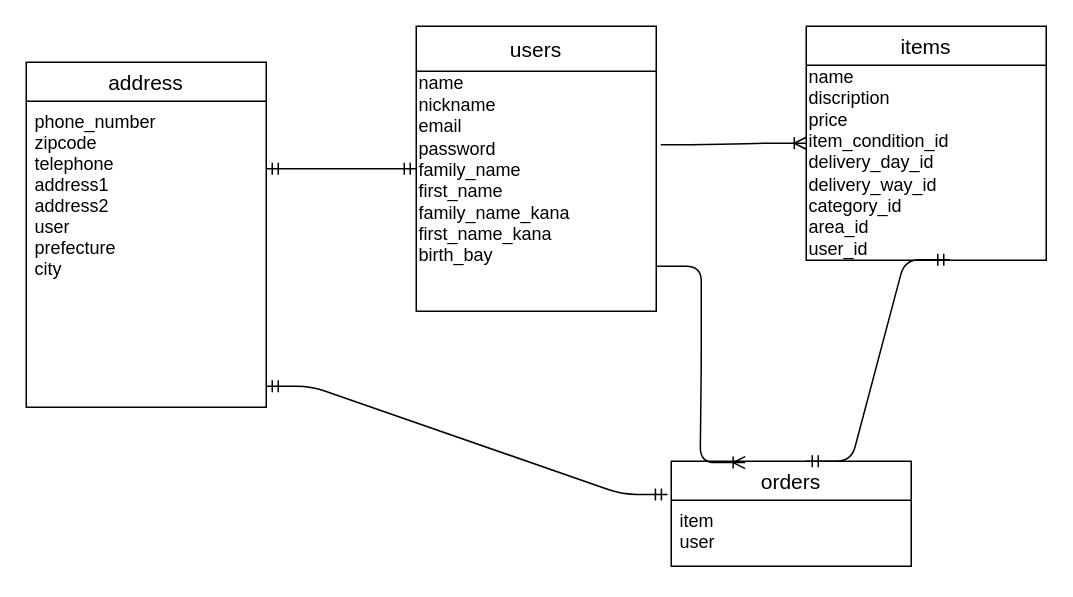
Earlier version of the draw.io diagram page "ページ1" (1 of 2) of ER.dio (ababab0020/furima-38506). Source tidied: cells renumbered, new cells numbered last; positions are measured from the earlier drawing's top-left corner, leaving out a move shared by most shapes. Both pictures are drawn from the tidied source at 150%, with x=0, y=0 at pixel (26, 26).
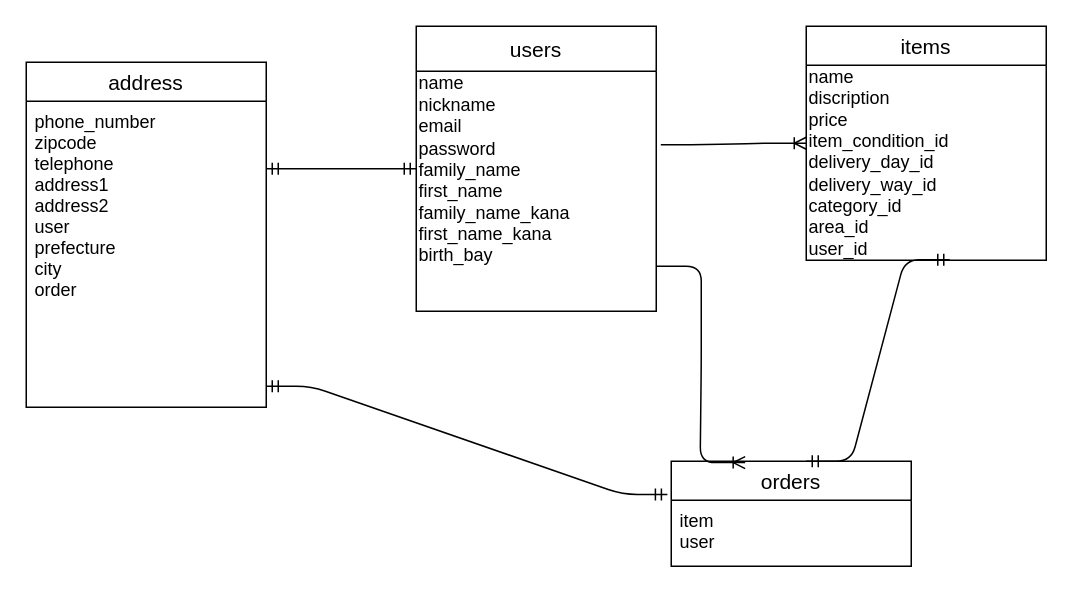
After the change.

Commit message (it also covers changes not shown here):
データベース設計その４

Diff of the diagram source:
```diff
@@
 <mxGraphModel>
   <root>
     <mxCell id="0" />
     <mxCell id="1" parent="0" />
     <mxCell id="2" value="address" style="swimlane;fontStyle=0;horizontal=1;startSize=26;align=center;fontSize=14;" parent="1" vertex="1">
       <mxGeometry y="24" width="160" height="230" as="geometry" />
     </mxCell>
-    <mxCell id="3" value="phone_number&#10;zipcode&#10;telephone&#10;address1&#10;address2&#10;user&#10;prefecture&#10;city&#10;" style="text;strokeColor=none;fillColor=none;spacingLeft=4;spacingRight=4;overflow=hidden;fontSize=12;" parent="2" vertex="1">
+    <mxCell id="3" value="phone_number&#10;zipcode&#10;telephone&#10;address1&#10;address2&#10;user&#10;prefecture&#10;city&#10;order" style="text;strokeColor=none;fillColor=none;spacingLeft=4;spacingRight=4;overflow=hidden;fontSize=12;" parent="2" vertex="1">
       <mxGeometry y="26" width="160" height="204" as="geometry" />
     </mxCell>
     <mxCell id="4" style="edgeStyle=entityRelationEdgeStyle;fontSize=12;html=1;endArrow=ERmandOne;startArrow=ERmandOne;" parent="1" edge="1" target="5">
       <mxGeometry relative="1" as="geometry">
         <mxPoint x="160" y="95" as="sourcePoint" />
       </mxGeometry>
     </mxCell>
     <mxCell id="5" value="users" style="swimlane;fontStyle=0;horizontal=1;startSize=30;align=center;fontSize=14;" parent="1" vertex="1">
       <mxGeometry x="260" width="160" height="190" as="geometry" />
     </mxCell>
     <mxCell id="6" value="&lt;div&gt;&lt;span&gt;name&lt;/span&gt;&lt;/div&gt;&lt;div&gt;&lt;span&gt;nickname&lt;/span&gt;&lt;/div&gt;&lt;div&gt;&lt;span&gt;email&lt;/span&gt;&lt;/div&gt;&lt;div&gt;&lt;span&gt;password&lt;/span&gt;&lt;/div&gt;&lt;div&gt;&lt;span&gt;family_name&lt;/span&gt;&lt;/div&gt;&lt;div&gt;&lt;span&gt;first_name&lt;/span&gt;&lt;/div&gt;&lt;div&gt;&lt;span&gt;family_name_kana&lt;/span&gt;&lt;/div&gt;&lt;div&gt;&lt;span&gt;first_name_kana&lt;/span&gt;&lt;/div&gt;&lt;div&gt;birth_bay&lt;/div&gt;&lt;div&gt;&lt;span&gt;&lt;br&gt;&lt;/span&gt;&lt;/div&gt;&lt;div&gt;&lt;br&gt;&lt;/div&gt;" style="text;html=1;align=left;verticalAlign=middle;points=[];strokeColor=none;fillColor=none;" parent="5" vertex="1">
       <mxGeometry y="30" width="160" height="160" as="geometry" />
     </mxCell>
     <mxCell id="7" style="edgeStyle=entityRelationEdgeStyle;fontSize=12;html=1;endArrow=ERoneToMany;exitX=1.019;exitY=0.306;exitDx=0;exitDy=0;exitPerimeter=0;" parent="1" edge="1" source="6" target="8">
       <mxGeometry relative="1" as="geometry" />
     </mxCell>
     <mxCell id="8" value="items" style="swimlane;fontStyle=0;horizontal=1;startSize=26;align=center;fontSize=14;fillColor=default;" parent="1" vertex="1">
       <mxGeometry x="520" width="160" height="156" as="geometry" />
     </mxCell>
     <mxCell id="9" value="&lt;div&gt;&lt;span&gt;name&lt;/span&gt;&lt;/div&gt;&lt;div&gt;&lt;span&gt;discription&lt;/span&gt;&lt;/div&gt;&lt;div&gt;&lt;span&gt;price&lt;/span&gt;&lt;/div&gt;&lt;div&gt;&lt;span&gt;item_condition_id&lt;/span&gt;&lt;/div&gt;&lt;div&gt;&lt;span&gt;delivery_day_id&lt;/span&gt;&lt;/div&gt;&lt;div&gt;&lt;span&gt;delivery_way_id&lt;/span&gt;&lt;/div&gt;&lt;div&gt;&lt;span&gt;category_id&lt;/span&gt;&lt;/div&gt;&lt;div&gt;&lt;span&gt;area_id&lt;/span&gt;&lt;/div&gt;&lt;div&gt;&lt;span&gt;user_id&lt;/span&gt;&lt;/div&gt;" style="text;html=1;align=left;verticalAlign=middle;points=[];strokeColor=none;fillColor=none;" parent="8" vertex="1">
       <mxGeometry y="26" width="160" height="130" as="geometry" />
     </mxCell>
     <mxCell id="10" value="orders" style="swimlane;fontStyle=0;horizontal=1;startSize=26;align=center;fontSize=14;fillColor=default;" parent="1" vertex="1">
       <mxGeometry x="430" y="290" width="160" height="70" as="geometry" />
     </mxCell>
     <mxCell id="11" value="item&#10;user" style="text;strokeColor=none;fillColor=none;spacingLeft=4;spacingRight=4;overflow=hidden;points=[[0,0.5],[1,0.5]];portConstraint=eastwest;fontSize=12;" parent="10" vertex="1">
       <mxGeometry y="26" width="160" height="44" as="geometry" />
     </mxCell>
     <mxCell id="12" style="edgeStyle=entityRelationEdgeStyle;fontSize=12;html=1;endArrow=ERmandOne;startArrow=ERmandOne;entryX=0.598;entryY=0.997;entryDx=0;entryDy=0;entryPerimeter=0;" parent="1" edge="1" target="9">
       <mxGeometry relative="1" as="geometry">
         <mxPoint x="520" y="290" as="sourcePoint" />
       </mxGeometry>
     </mxCell>
     <mxCell id="13" style="edgeStyle=entityRelationEdgeStyle;fontSize=12;html=1;endArrow=ERmandOne;startArrow=ERmandOne;entryX=-0.016;entryY=-0.088;entryDx=0;entryDy=0;entryPerimeter=0;" parent="1" edge="1" target="11">
       <mxGeometry relative="1" as="geometry">
         <mxPoint x="160" y="240" as="sourcePoint" />
       </mxGeometry>
     </mxCell>
     <mxCell id="14" style="edgeStyle=entityRelationEdgeStyle;fontSize=12;html=1;endArrow=ERoneToMany;entryX=0.308;entryY=0.013;entryDx=0;entryDy=0;entryPerimeter=0;" parent="1" edge="1" target="10">
       <mxGeometry relative="1" as="geometry">
         <mxPoint x="420" y="160" as="sourcePoint" />
       </mxGeometry>
     </mxCell>
   </root>
 </mxGraphModel>
```
